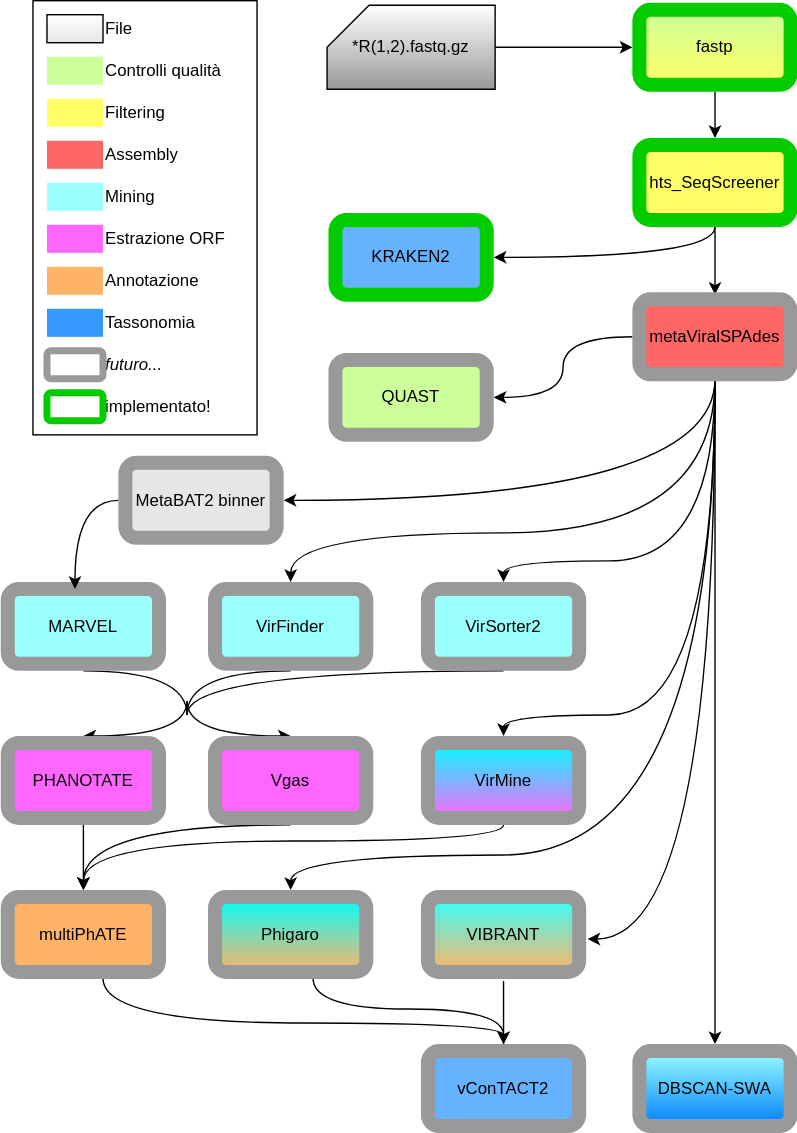
MattiaPandolfoVR/MetaPhage keeps this draw.io diagram as slides/pipeline_2020_11_18.drawio.svg. Above is the earlier version. Source tidied: cells renumbered, new cells last; positions are measured from the earlier drawing's top-left corner, leaving out a move shared by most shapes.
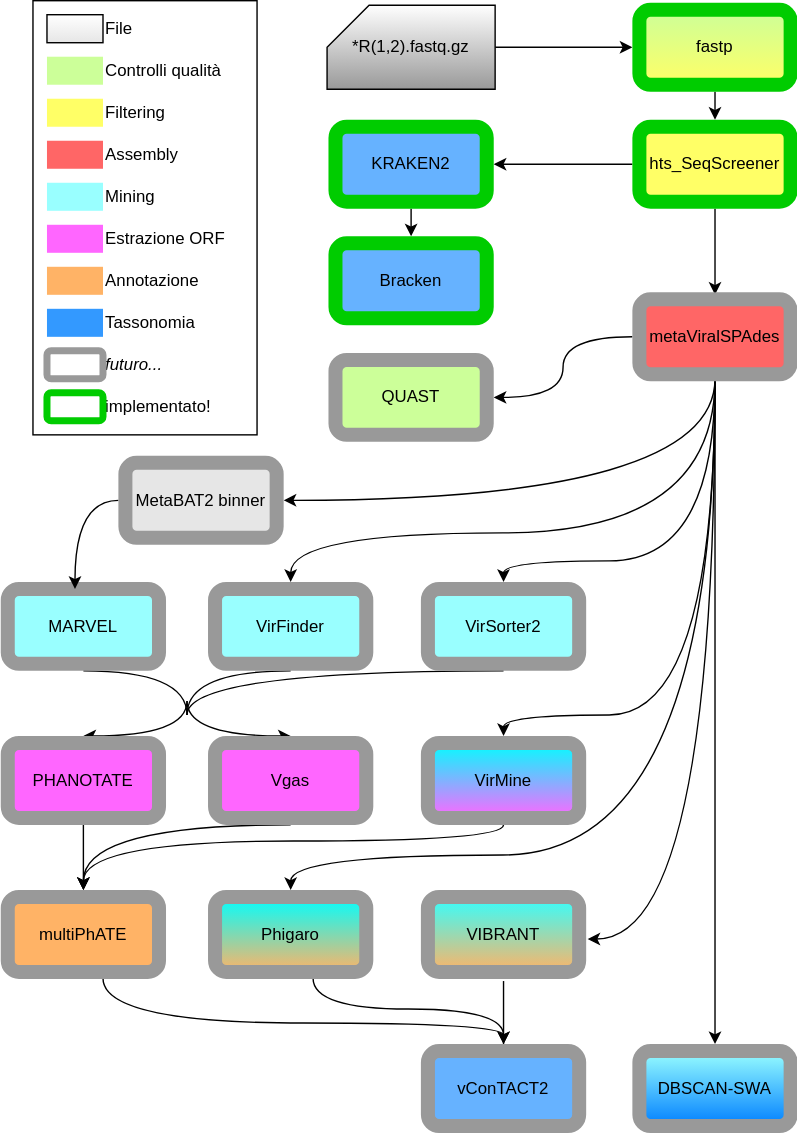
Above is the later version.

Commit message:
bracken: update doc and flowchart

What changed in the source:
```diff
@@ -227,23 +227,22 @@
     <mxCell id="52" value="QUAST" style="rounded=1;whiteSpace=wrap;html=10;shadow=0;strokeWidth=10;perimeterSpacing=5;sketch=0;glass=0;strokeColor=#999999;fillColor=#CCFF99;" parent="1" vertex="1">
       <mxGeometry x="234" y="256.5" width="108" height="53.5" as="geometry" />
     </mxCell>
+    <mxCell id="66" style="edgeStyle=orthogonalEdgeStyle;rounded=0;jettySize=auto;html=1;exitX=0.5;exitY=1;exitDx=0;exitDy=0;entryX=0.5;entryY=0;entryDx=0;entryDy=0;" parent="1" edge="1" source="53" target="67">
+      <mxGeometry relative="1" as="geometry" />
+    </mxCell>
     <mxCell id="53" value="KRAKEN2" style="rounded=1;whiteSpace=wrap;html=10;shadow=0;strokeWidth=10;perimeterSpacing=5;sketch=0;glass=0;fillColor=#66B2FF;strokeColor=#00CC00;" parent="1" vertex="1">
-      <mxGeometry x="234" y="156.5" width="108" height="53.5" as="geometry" />
+      <mxGeometry x="234" y="90" width="108" height="53.5" as="geometry" />
     </mxCell>
     <mxCell id="54" style="edgeStyle=orthogonalEdgeStyle;curved=1;rounded=0;jettySize=auto;html=1;exitX=0.5;exitY=1;exitDx=0;exitDy=0;entryX=0.5;entryY=0;entryDx=0;entryDy=0;endArrow=classic;endFill=1;" parent="1" edge="1" source="56">
       <mxGeometry relative="1" as="geometry">
         <mxPoint x="505" y="210" as="targetPoint" />
       </mxGeometry>
     </mxCell>
-    <mxCell id="55" style="edgeStyle=orthogonalEdgeStyle;curved=1;rounded=0;jettySize=auto;html=1;exitX=0.5;exitY=1;exitDx=0;exitDy=0;entryX=1;entryY=0.5;entryDx=0;entryDy=0;endArrow=classic;endFill=1;" parent="1" edge="1" source="56" target="53">
-      <mxGeometry relative="1" as="geometry">
-        <Array as="points">
-          <mxPoint x="505" y="183" />
-        </Array>
-      </mxGeometry>
+    <mxCell id="55" style="edgeStyle=orthogonalEdgeStyle;rounded=0;jettySize=auto;html=1;exitX=0;exitY=0.5;exitDx=0;exitDy=0;entryX=1;entryY=0.5;entryDx=0;entryDy=0;" parent="1" edge="1" source="56" target="53">
+      <mxGeometry relative="1" as="geometry" />
     </mxCell>
     <mxCell id="56" value="hts_SeqScreener" style="rounded=1;whiteSpace=wrap;html=10;shadow=0;strokeWidth=10;perimeterSpacing=5;sketch=0;glass=0;strokeColor=#00CC00;fillColor=#FFFF66;" parent="1" vertex="1">
-      <mxGeometry x="451" y="103" width="108" height="53.5" as="geometry" />
+      <mxGeometry x="451" y="90" width="108" height="53.5" as="geometry" />
     </mxCell>
     <mxCell id="57" style="edgeStyle=orthogonalEdgeStyle;curved=1;rounded=0;jettySize=auto;html=1;exitX=0.5;exitY=1;exitDx=0;exitDy=0;entryX=1;entryY=0.5;entryDx=0;entryDy=0;endArrow=classic;endFill=1;" parent="1" edge="1" source="59">
       <mxGeometry relative="1" as="geometry">
@@ -277,5 +276,8 @@
     <mxCell id="65" value="fastp" style="rounded=1;whiteSpace=wrap;html=10;shadow=0;strokeWidth=10;perimeterSpacing=5;sketch=0;glass=0;strokeColor=#00CC00;fillColor=#CCFF99;gradientColor=#FFFF66;" parent="1" vertex="1">
       <mxGeometry x="451" y="6.5" width="108" height="53.5" as="geometry" />
     </mxCell>
+    <mxCell id="67" value="Bracken" style="rounded=1;whiteSpace=wrap;html=10;shadow=0;strokeWidth=10;perimeterSpacing=5;sketch=0;glass=0;fillColor=#66B2FF;strokeColor=#00CC00;" parent="1" vertex="1">
+      <mxGeometry x="234" y="173.2" width="108" height="53.5" as="geometry" />
+    </mxCell>
   </root>
 </mxGraphModel>
```
